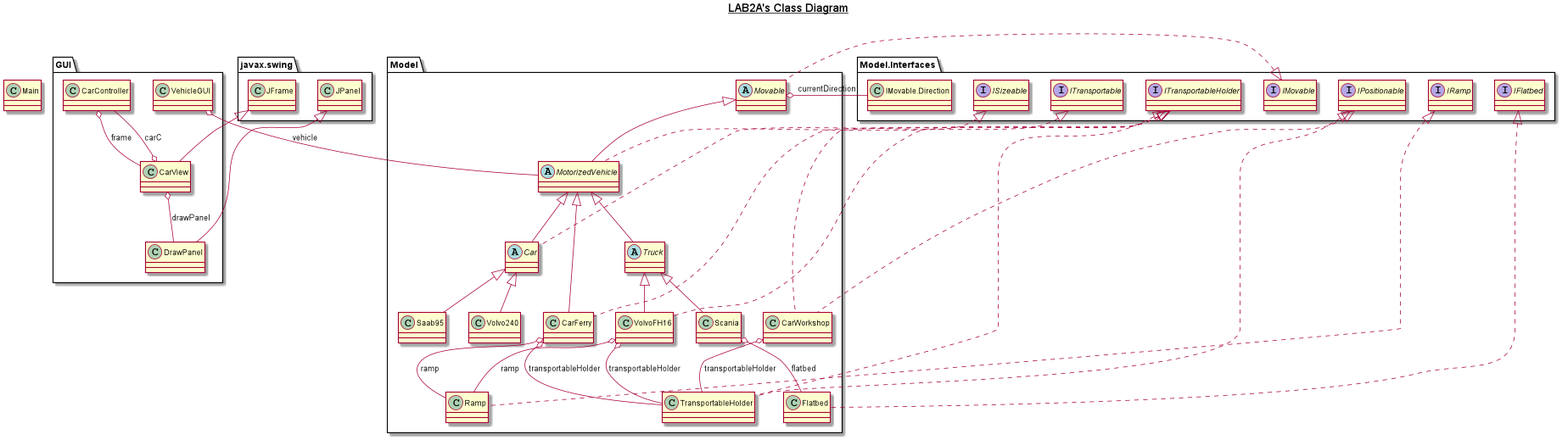
This is UML/PNG/Full Class Diagram.png from amalte/Lab2A, a PlantUML export, as it was before one commit.
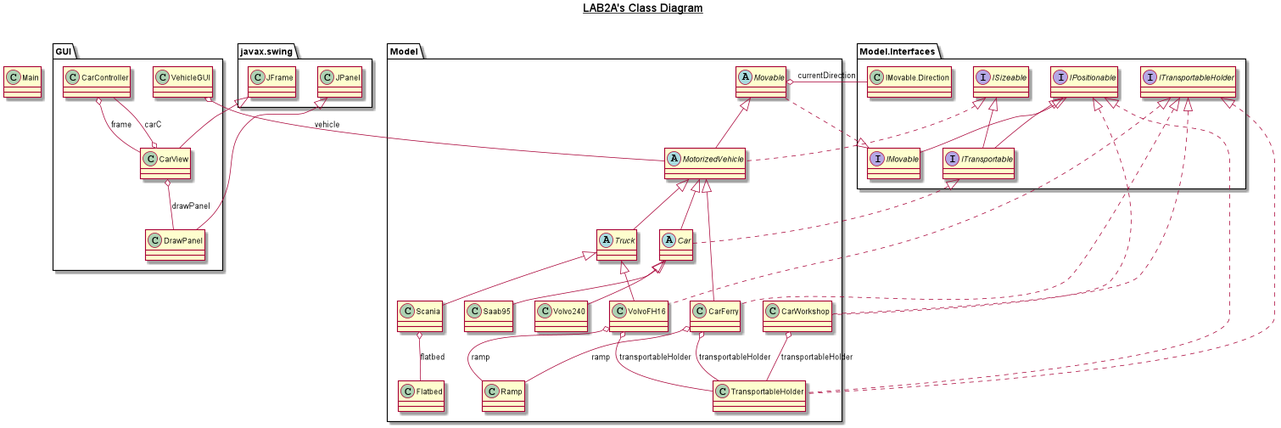
Above is the later version.

What changed in the source:
```diff
@@ -13,10 +13,8 @@
 
 
 
-interface Model.Interfaces.IFlatbed
 interface Model.Interfaces.IMovable
 interface Model.Interfaces.IPositionable
-interface Model.Interfaces.IRamp
 interface Model.Interfaces.ISizeable
 interface Model.Interfaces.ITransportable
 interface Model.Interfaces.ITransportableHolder
@@ -52,12 +50,10 @@
 Model.CarWorkshop .up.|> Model.Interfaces.IPositionable
 Model.CarWorkshop .up.|> Model.Interfaces.ITransportableHolder
 Model.CarWorkshop o-- Model.TransportableHolder : transportableHolder
-Model.Flatbed .up.|> Model.Interfaces.IFlatbed
 Model.MotorizedVehicle .up.|> Model.Interfaces.ISizeable
 Model.MotorizedVehicle -up-|> Model.Movable
 Model.Movable .up.|> Model.Interfaces.IMovable
 Model.Movable o-- Model.Interfaces.IMovable.Direction : currentDirection
-Model.Ramp .up.|> Model.Interfaces.IRamp
 Model.Saab95 -up-|> Model.Car
 Model.Scania -up-|> Model.Truck
 Model.Scania o-- Model.Flatbed : flatbed
@@ -69,5 +65,8 @@
 Model.VolvoFH16 -up-|> Model.Truck
 Model.VolvoFH16 o-- Model.Ramp : ramp
 Model.VolvoFH16 o-- Model.TransportableHolder : transportableHolder
+Model.Interfaces.IMovable -up-|> Model.Interfaces.IPositionable
+Model.Interfaces.ITransportable -up-|> Model.Interfaces.ISizeable
+Model.Interfaces.ITransportable -up-|> Model.Interfaces.IPositionable
 
 @enduml
```
